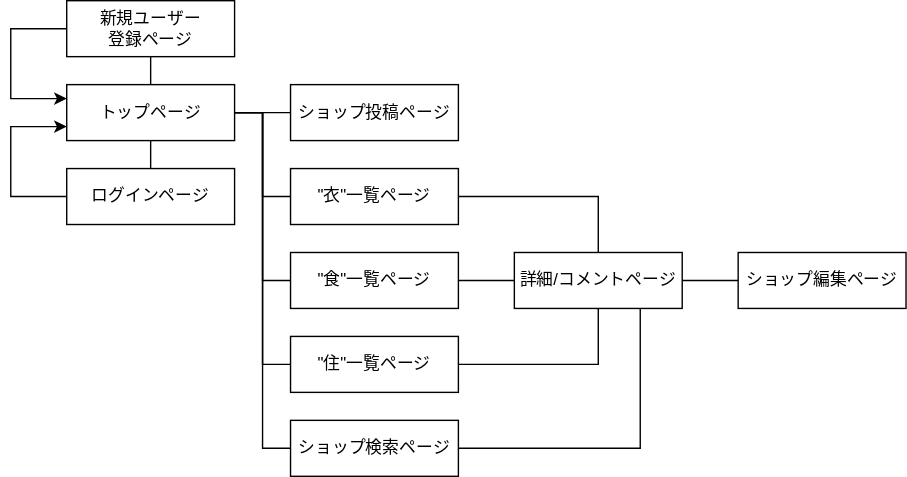
Earlier version of the draw.io export osakawalker_transition.drawio.svg (hso-sue/osakawalker). Source tidied: cells renumbered, new cells last; positions are measured from the earlier drawing's top-left corner, leaving out a move shared by most shapes.
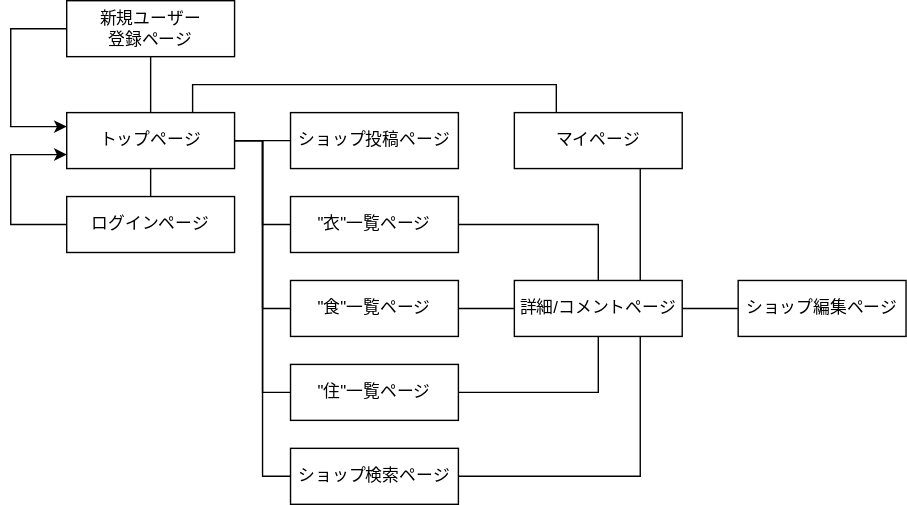
Later version of the same file.

What changed in the source:
```diff
@@ -24,6 +24,14 @@
         </Array>
       </mxGeometry>
     </mxCell>
+    <mxCell id="26" style="edgeStyle=none;html=1;exitX=0.75;exitY=0;exitDx=0;exitDy=0;entryX=0.25;entryY=0;entryDx=0;entryDy=0;endArrow=none;endFill=0;rounded=0;" parent="1" edge="1" source="6" target="28">
+      <mxGeometry relative="1" as="geometry">
+        <Array as="points">
+          <mxPoint x="130" y="40" />
+          <mxPoint x="390" y="40" />
+        </Array>
+      </mxGeometry>
+    </mxCell>
     <mxCell id="6" value="トップページ" style="rounded=0;whiteSpace=wrap;html=1;" parent="1" vertex="1">
       <mxGeometry x="40" y="60" width="120" height="40" as="geometry" />
     </mxCell>
@@ -36,13 +44,13 @@
     <mxCell id="9" style="edgeStyle=none;rounded=0;html=1;exitX=0;exitY=0.5;exitDx=0;exitDy=0;entryX=0;entryY=0.25;entryDx=0;entryDy=0;endArrow=classic;endFill=1;" parent="1" edge="1" source="10" target="6">
       <mxGeometry relative="1" as="geometry">
         <Array as="points">
-          <mxPoint y="20" />
+          <mxPoint />
           <mxPoint y="70" />
         </Array>
       </mxGeometry>
     </mxCell>
     <mxCell id="10" value="新規ユーザー&lt;br&gt;登録ページ" style="rounded=0;whiteSpace=wrap;html=1;" parent="1" vertex="1">
-      <mxGeometry x="40" width="120" height="40" as="geometry" />
+      <mxGeometry x="40" y="-20" width="120" height="40" as="geometry" />
     </mxCell>
     <mxCell id="11" value="ショップ投稿ページ" style="rounded=0;whiteSpace=wrap;html=1;" parent="1" vertex="1">
       <mxGeometry x="200" y="60" width="120" height="40" as="geometry" />
@@ -60,6 +68,9 @@
     <mxCell id="14" style="edgeStyle=none;rounded=0;html=1;exitX=1;exitY=0.5;exitDx=0;exitDy=0;entryX=0;entryY=0.5;entryDx=0;entryDy=0;startArrow=none;startFill=0;endArrow=none;endFill=0;strokeColor=default;" parent="1" edge="1" source="15" target="25">
       <mxGeometry relative="1" as="geometry" />
     </mxCell>
+    <mxCell id="27" style="edgeStyle=none;html=1;exitX=0.75;exitY=0;exitDx=0;exitDy=0;entryX=0.75;entryY=1;entryDx=0;entryDy=0;endArrow=none;endFill=0;" parent="1" edge="1" source="15" target="28">
+      <mxGeometry relative="1" as="geometry" />
+    </mxCell>
     <mxCell id="15" value="詳細/コメントページ" style="rounded=0;whiteSpace=wrap;html=1;" parent="1" vertex="1">
       <mxGeometry x="360" y="180" width="120" height="40" as="geometry" />
     </mxCell>
@@ -116,5 +127,8 @@
     <mxCell id="25" value="ショップ編集ページ" style="rounded=0;whiteSpace=wrap;html=1;" parent="1" vertex="1">
       <mxGeometry x="520" y="180" width="120" height="40" as="geometry" />
     </mxCell>
+    <mxCell id="28" value="マイページ" style="rounded=0;whiteSpace=wrap;html=1;" parent="1" vertex="1">
+      <mxGeometry x="360" y="60" width="120" height="40" as="geometry" />
+    </mxCell>
   </root>
 </mxGraphModel>
```
